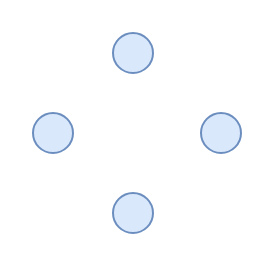
This is 未命名绘图.drawio from YinhuaChen-cloud/Advanced_Algorithm_hw, a draw.io file, before an edit. Source tidied: cells renumbered, new cells numbered last; positions are measured from the earlier drawing's top-left corner, leaving out a move shared by most shapes. Both pictures are drawn from the tidied source at 200%, with x=0, y=0 at pixel (32, 32).
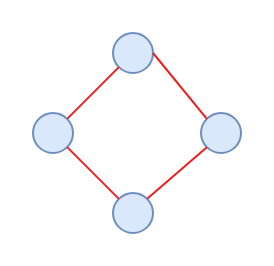
The same diagram, later.

The edit, as a diff of the source:
```diff
@@
 <mxGraphModel>
   <root>
     <mxCell id="0" />
     <mxCell id="1" parent="0" />
     <mxCell id="2" style="ellipse;whiteSpace=wrap;html=1;fillColor=#dae8fc;strokeColor=#6c8ebf;" parent="1" vertex="1">
       <mxGeometry y="40" width="20" height="20" as="geometry" />
     </mxCell>
     <mxCell id="3" style="ellipse;whiteSpace=wrap;html=1;fillColor=#dae8fc;strokeColor=#6c8ebf;" parent="1" vertex="1">
       <mxGeometry x="40" width="20" height="20" as="geometry" />
     </mxCell>
     <mxCell id="4" style="ellipse;whiteSpace=wrap;html=1;fillColor=#dae8fc;strokeColor=#6c8ebf;" parent="1" vertex="1">
       <mxGeometry x="84" y="40" width="20" height="20" as="geometry" />
     </mxCell>
     <mxCell id="5" style="ellipse;whiteSpace=wrap;html=1;fillColor=#dae8fc;strokeColor=#6c8ebf;" parent="1" vertex="1">
       <mxGeometry x="40" y="80" width="20" height="20" as="geometry" />
     </mxCell>
+    <mxCell id="6" style="endArrow=none;html=1;rounded=0;entryX=1;entryY=0.5;entryDx=0;entryDy=0;exitX=0;exitY=0;exitDx=0;exitDy=0;strokeColor=#ea1f1f;" parent="1" edge="1" source="4" target="3">
+      <mxGeometry relative="1" as="geometry" />
+    </mxCell>
+    <mxCell id="7" style="endArrow=none;html=1;rounded=0;entryX=0;entryY=1;entryDx=0;entryDy=0;exitX=1;exitY=0;exitDx=0;exitDy=0;strokeColor=#ea1f1f;" parent="1" edge="1" source="5" target="4">
+      <mxGeometry relative="1" as="geometry" />
+    </mxCell>
+    <mxCell id="8" style="endArrow=none;html=1;rounded=0;entryX=1;entryY=1;entryDx=0;entryDy=0;exitX=0;exitY=0;exitDx=0;exitDy=0;strokeColor=#ea1f1f;" parent="1" edge="1" source="5" target="2">
+      <mxGeometry relative="1" as="geometry" />
+    </mxCell>
+    <mxCell id="9" style="endArrow=none;html=1;rounded=0;entryX=0;entryY=1;entryDx=0;entryDy=0;exitX=1;exitY=0;exitDx=0;exitDy=0;strokeColor=#ea1f1f;" parent="1" edge="1" source="2" target="3">
+      <mxGeometry relative="1" as="geometry" />
+    </mxCell>
   </root>
 </mxGraphModel>
```
